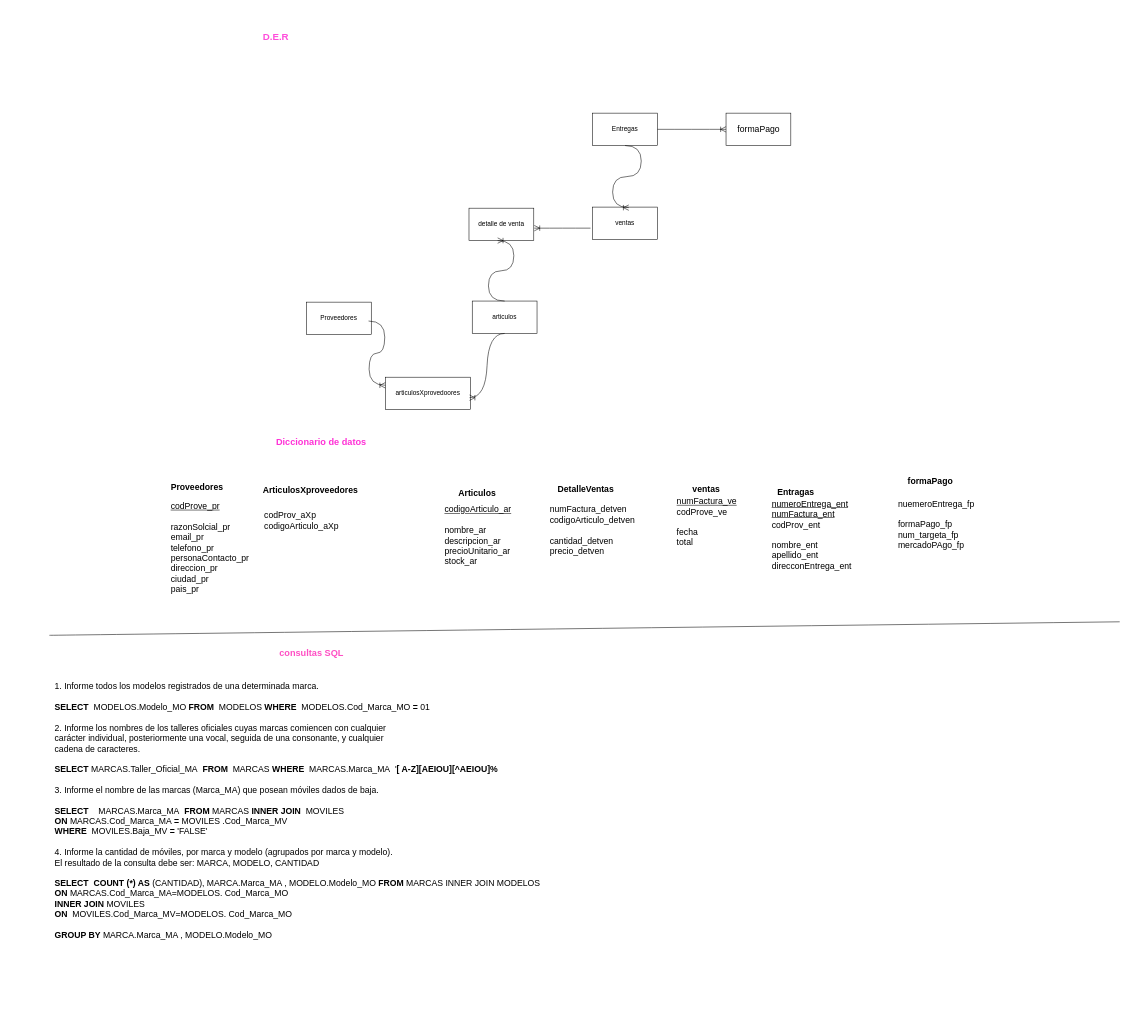
Earlier version of the draw.io diagram page "Página-3" (3 of 3) of Diagrama sin título.drawio (Judith-Diaz/draw.io). Source tidied: cells renumbered, new cells numbered last; positions are measured from the earlier drawing's top-left corner, leaving out a move shared by most shapes. Both pictures are drawn from the tidied source at 54%, with x=0, y=0 at pixel (49, 9).
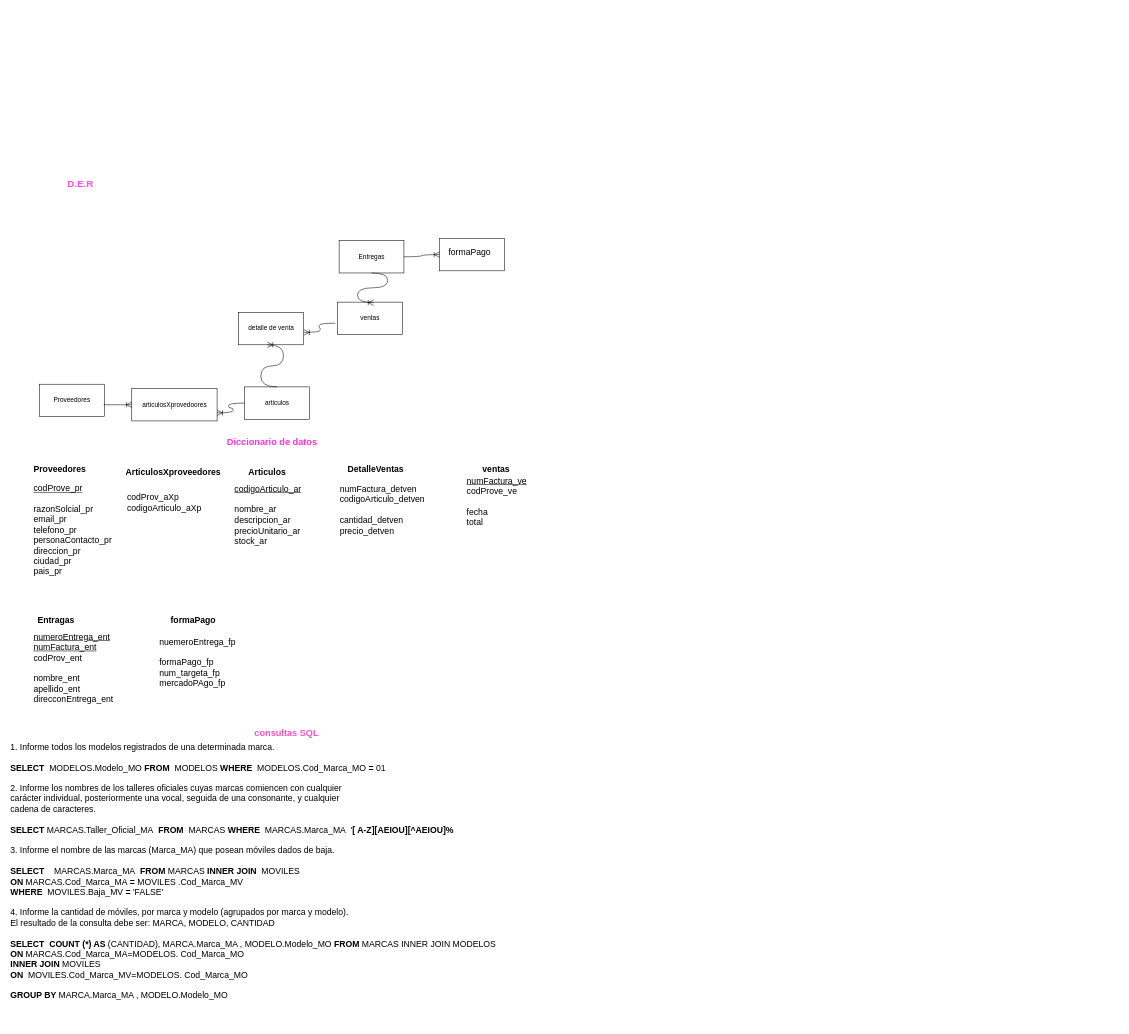
The same page after the edit.

The edit, as a diff of the source:
```diff
@@
     <mxCell id="2" value="Proveedores" style="rounded=0;whiteSpace=wrap;html=1;" parent="1" vertex="1">
-      <mxGeometry x="476" y="542" width="120" height="60" as="geometry" />
+      <mxGeometry x="-18" y="694" width="120" height="60" as="geometry" />
     </mxCell>
     <mxCell id="3" value="articulos" style="rounded=0;whiteSpace=wrap;html=1;" parent="1" vertex="1">
-      <mxGeometry x="783" y="540" width="120" height="60" as="geometry" />
+      <mxGeometry x="361.5" y="699" width="120" height="60" as="geometry" />
     </mxCell>
     <mxCell id="4" value="ventas" style="rounded=0;whiteSpace=wrap;html=1;" parent="1" vertex="1">
-      <mxGeometry x="1006" y="366" width="120" height="60" as="geometry" />
+      <mxGeometry x="533.5" y="542" width="120" height="60" as="geometry" />
     </mxCell>
     <mxCell id="5" value="Entregas" style="rounded=0;whiteSpace=wrap;html=1;" parent="1" vertex="1">
-      <mxGeometry x="1006" y="192" width="120" height="60" as="geometry" />
+      <mxGeometry x="536.5" y="428" width="120" height="60" as="geometry" />
     </mxCell>
     <mxCell id="6" value="detalle de venta" style="rounded=0;whiteSpace=wrap;html=1;" parent="1" vertex="1">
-      <mxGeometry x="777" y="368" width="120" height="60" as="geometry" />
+      <mxGeometry x="350.5" y="561" width="120" height="60" as="geometry" />
     </mxCell>
     <mxCell id="7" value="articulosXprovedoores" style="rounded=0;whiteSpace=wrap;html=1;" parent="1" vertex="1">
-      <mxGeometry x="622" y="681" width="158" height="60" as="geometry" />
+      <mxGeometry x="152.5" y="702" width="158" height="60" as="geometry" />
     </mxCell>
@@
     <mxCell id="9" style="edgeStyle=entityRelationEdgeStyle;fontSize=12;html=1;endArrow=ERoneToMany;rounded=0;startSize=8;endSize=8;curved=1;exitX=0.5;exitY=0;exitDx=0;exitDy=0;entryX=0.442;entryY=1;entryDx=0;entryDy=0;entryPerimeter=0;" parent="1" edge="1" source="3" target="6">
       <mxGeometry relative="1" as="geometry">
         <Array as="points">
-          <mxPoint x="820" y="478" />
-          <mxPoint x="822" y="510" />
-          <mxPoint x="839" y="499" />
-          <mxPoint x="831" y="501" />
-          <mxPoint x="860" y="510" />
-          <mxPoint x="818" y="520" />
-          <mxPoint x="829" y="480" />
+          <mxPoint x="350.5" y="499" />
+          <mxPoint x="352.5" y="531" />
+          <mxPoint x="369.5" y="520" />
+          <mxPoint x="361.5" y="522" />
+          <mxPoint x="390.5" y="531" />
+          <mxPoint x="348.5" y="541" />
+          <mxPoint x="359.5" y="501" />
         </Array>
       </mxGeometry>
     </mxCell>
     <mxCell id="10" value="&lt;h1&gt;&lt;font style=&quot;font-size: 18px;&quot; color=&quot;#ff4ddb&quot;&gt;D.E.R&lt;/font&gt;&lt;/h1&gt;" style="text;html=1;align=center;verticalAlign=middle;strokeColor=none;fillColor=none;fontSize=16;" parent="1" vertex="1">
-      <mxGeometry x="385.5" y="-0.5" width="66" height="93" as="geometry" />
+      <mxGeometry x="24.2" y="272" width="66" height="93" as="geometry" />
     </mxCell>
     <mxCell id="11" value="&lt;h1&gt;&lt;font style=&quot;font-size: 17px;&quot; color=&quot;#ff30d6&quot;&gt;Diccionario de datos&lt;/font&gt;&lt;/h1&gt;" style="text;html=1;align=center;verticalAlign=middle;strokeColor=none;fillColor=none;fontSize=16;" parent="1" vertex="1">
-      <mxGeometry x="410" y="749" width="185" height="93" as="geometry" />
+      <mxGeometry x="319.2" y="749" width="185" height="93" as="geometry" />
     </mxCell>
     <mxCell id="12" value="&lt;b&gt;Proveedores&lt;/b&gt;" style="text;html=1;align=center;verticalAlign=middle;strokeColor=none;fillColor=none;fontSize=16;" parent="1" vertex="1">
-      <mxGeometry x="215" y="868" width="115" height="31" as="geometry" />
+      <mxGeometry x="-39" y="835" width="115" height="31" as="geometry" />
     </mxCell>
     <mxCell id="13" value="&lt;div&gt;&lt;br&gt;&lt;/div&gt;&lt;u&gt;codProve_pr&lt;/u&gt;&lt;div&gt;&lt;u&gt;&lt;br&gt;&lt;/u&gt;&lt;div&gt;razonSolcial_pr&lt;div&gt;email_pr&lt;/div&gt;&lt;div&gt;telefono_pr&lt;/div&gt;&lt;div&gt;personaContacto_pr&lt;/div&gt;&lt;div&gt;direccion_pr&lt;/div&gt;&lt;div&gt;&lt;span style=&quot;background-color: initial;&quot;&gt;ciudad_pr&lt;/span&gt;&lt;br&gt;&lt;/div&gt;&lt;div&gt;&lt;span style=&quot;background-color: initial;&quot;&gt;pais_pr&lt;/span&gt;&lt;/div&gt;&lt;/div&gt;&lt;/div&gt;" style="text;html=1;align=left;verticalAlign=middle;strokeColor=none;fillColor=none;fontSize=16;" parent="1" vertex="1">
-      <mxGeometry x="222.5" y="885" width="163" height="204" as="geometry" />
+      <mxGeometry x="-31.5" y="852" width="163" height="204" as="geometry" />
     </mxCell>
     <mxCell id="14" value="&lt;b&gt;Articulos&lt;/b&gt;" style="text;html=1;align=center;verticalAlign=middle;strokeColor=none;fillColor=none;fontSize=16;" parent="1" vertex="1">
-      <mxGeometry x="748.5" y="879.5" width="87" height="31" as="geometry" />
+      <mxGeometry x="359.5" y="841.5" width="87" height="31" as="geometry" />
     </mxCell>
     <mxCell id="15" value="&lt;div&gt;&lt;u&gt;codigoArticulo_ar&lt;/u&gt;&lt;br&gt;&lt;/div&gt;&lt;div&gt;&lt;u&gt;&lt;br&gt;&lt;/u&gt;&lt;/div&gt;nombre_ar&lt;div&gt;descripcion_ar&lt;/div&gt;&lt;div&gt;precioUnitario_ar&lt;/div&gt;&lt;div&gt;stock_ar&lt;/div&gt;" style="text;html=1;align=left;verticalAlign=middle;strokeColor=none;fillColor=none;fontSize=16;" parent="1" vertex="1">
-      <mxGeometry x="730" y="910.5" width="142" height="127" as="geometry" />
+      <mxGeometry x="341" y="872.5" width="142" height="127" as="geometry" />
     </mxCell>
     <mxCell id="16" value="&lt;b&gt;ventas&lt;/b&gt;" style="text;html=1;align=center;verticalAlign=middle;strokeColor=none;fillColor=none;fontSize=16;" parent="1" vertex="1">
-      <mxGeometry x="1181.5" y="873" width="69" height="31" as="geometry" />
+      <mxGeometry x="792.5" y="835" width="69" height="31" as="geometry" />
     </mxCell>
-    <mxCell id="17" style="edgeStyle=entityRelationEdgeStyle;fontSize=12;html=1;endArrow=ERoneToMany;rounded=0;startSize=8;endSize=8;curved=1;entryX=0;entryY=0.25;entryDx=0;entryDy=0;" parent="1" edge="1" target="7">
+    <mxCell id="17" style="edgeStyle=entityRelationEdgeStyle;fontSize=12;html=1;endArrow=ERoneToMany;rounded=0;startSize=8;endSize=8;curved=1;entryX=0;entryY=0.5;entryDx=0;entryDy=0;exitX=0.988;exitY=0.633;exitDx=0;exitDy=0;exitPerimeter=0;" parent="1" edge="1" source="2" target="7">
       <mxGeometry relative="1" as="geometry">
-        <mxPoint x="591" y="577" as="sourcePoint" />
         <Array as="points">
-          <mxPoint x="653" y="526" />
+          <mxPoint x="160.5" y="676" />
         </Array>
       </mxGeometry>
     </mxCell>
-    <mxCell id="18" style="edgeStyle=entityRelationEdgeStyle;fontSize=12;html=1;endArrow=ERoneToMany;rounded=0;startSize=8;endSize=8;curved=1;exitX=0.5;exitY=1;exitDx=0;exitDy=0;entryX=0.987;entryY=0.633;entryDx=0;entryDy=0;entryPerimeter=0;" parent="1" edge="1" source="3" target="7">
+    <mxCell id="18" style="edgeStyle=entityRelationEdgeStyle;fontSize=12;html=1;endArrow=ERoneToMany;rounded=0;startSize=8;endSize=8;curved=1;entryX=1;entryY=0.75;entryDx=0;entryDy=0;exitX=0;exitY=0.5;exitDx=0;exitDy=0;" parent="1" edge="1" source="3" target="7">
       <mxGeometry relative="1" as="geometry" />
     </mxCell>
     <mxCell id="19" value="&lt;u&gt;numFactura_ve&lt;/u&gt;&lt;div&gt;codProve_ve&lt;/div&gt;&lt;div&gt;&lt;br&gt;&lt;/div&gt;&lt;div&gt;fecha&lt;/div&gt;&lt;div&gt;total&lt;/div&gt;" style="text;html=1;align=left;verticalAlign=middle;strokeColor=none;fillColor=none;fontSize=16;" parent="1" vertex="1">
-      <mxGeometry x="1160" y="894.5" width="129" height="108" as="geometry" />
+      <mxGeometry x="771" y="856.5" width="129" height="108" as="geometry" />
     </mxCell>
     <mxCell id="20" value="&lt;b&gt;Entragas&lt;/b&gt;" style="text;html=1;align=center;verticalAlign=middle;strokeColor=none;fillColor=none;fontSize=16;" parent="1" vertex="1">
-      <mxGeometry x="1338.5" y="877" width="86" height="31" as="geometry" />
+      <mxGeometry x="-31.5" y="1115" width="86" height="31" as="geometry" />
     </mxCell>
     <mxCell id="21" value="&lt;div&gt;&lt;u&gt;numeroEntrega_ent&lt;/u&gt;&lt;br&gt;&lt;/div&gt;&lt;div&gt;&lt;u&gt;numFactura_ent&lt;/u&gt;&lt;/div&gt;&lt;div&gt;codProv_ent&lt;/div&gt;&lt;div&gt;&lt;br&gt;&lt;/div&gt;nombre_ent&lt;div&gt;apellido_ent&lt;/div&gt;&lt;div&gt;&lt;span style=&quot;background-color: initial;&quot;&gt;direcconEntrega_ent&lt;/span&gt;&lt;br&gt;&lt;/div&gt;&lt;div&gt;&lt;br&gt;&lt;/div&gt;&lt;div&gt;&lt;br&gt;&lt;/div&gt;" style="text;html=1;align=left;verticalAlign=middle;strokeColor=none;fillColor=none;fontSize=16;" parent="1" vertex="1">
-      <mxGeometry x="1336" y="899" width="166" height="185" as="geometry" />
+      <mxGeometry x="-31.5" y="1146" width="166" height="185" as="geometry" />
     </mxCell>
     <mxCell id="22" style="rounded=0;whiteSpace=wrap;html=1;" parent="1" vertex="1">
-      <mxGeometry x="1253" y="192" width="120" height="60" as="geometry" />
+      <mxGeometry x="722.5" y="424" width="120" height="60" as="geometry" />
     </mxCell>
     <mxCell id="23" value="formaPago" style="text;html=1;align=center;verticalAlign=middle;strokeColor=none;fillColor=none;fontSize=16;" parent="1" vertex="1">
-      <mxGeometry x="1265" y="206.5" width="96" height="31" as="geometry" />
+      <mxGeometry x="729.5" y="434" width="96" height="31" as="geometry" />
     </mxCell>
     <mxCell id="24" value="&lt;b&gt;formaPago&lt;/b&gt;" style="text;html=1;align=center;verticalAlign=middle;strokeColor=none;fillColor=none;fontSize=16;" parent="1" vertex="1">
-      <mxGeometry x="1579.5" y="857" width="102" height="31" as="geometry" />
+      <mxGeometry x="215" y="1115" width="102" height="31" as="geometry" />
     </mxCell>
     <mxCell id="25" value="&lt;div style=&quot;text-align: left;&quot;&gt;&lt;div&gt;&lt;span style=&quot;background-color: initial;&quot;&gt;nuemeroEntrega_fp&lt;/span&gt;&lt;/div&gt;&lt;div&gt;&lt;span style=&quot;background-color: initial;&quot;&gt;&lt;br&gt;&lt;/span&gt;&lt;/div&gt;&lt;div&gt;&lt;span style=&quot;background-color: initial;&quot;&gt;formaPago_fp&lt;/span&gt;&lt;br&gt;&lt;/div&gt;&lt;/div&gt;&lt;div style=&quot;text-align: left;&quot;&gt;&lt;span style=&quot;background-color: initial;&quot;&gt;num_targeta_fp&lt;/span&gt;&lt;br&gt;&lt;/div&gt;&lt;div&gt;&lt;div style=&quot;text-align: left;&quot;&gt;&lt;span style=&quot;background-color: initial;&quot;&gt;mercadoPAgo_fp&lt;/span&gt;&lt;/div&gt;&lt;div&gt;&lt;br&gt;&lt;/div&gt;&lt;/div&gt;" style="text;html=1;align=center;verticalAlign=middle;strokeColor=none;fillColor=none;fontSize=16;" parent="1" vertex="1">
-      <mxGeometry x="1562" y="899" width="159" height="127" as="geometry" />
+      <mxGeometry x="194" y="1155" width="159" height="127" as="geometry" />
     </mxCell>
     <mxCell id="26" value="&lt;b&gt;DetalleVentas&lt;/b&gt;" style="text;html=1;align=center;verticalAlign=middle;strokeColor=none;fillColor=none;fontSize=16;" parent="1" vertex="1">
-      <mxGeometry x="931.5" y="873" width="122" height="31" as="geometry" />
+      <mxGeometry x="542.5" y="835" width="122" height="31" as="geometry" />
     </mxCell>
     <mxCell id="27" value="numFactura_detven&lt;div&gt;codigoArticulo_detven&lt;/div&gt;&lt;div&gt;&lt;br&gt;&lt;/div&gt;&lt;div&gt;cantidad_detven&lt;/div&gt;&lt;div&gt;precio_detven&lt;/div&gt;&lt;div&gt;&lt;br&gt;&lt;/div&gt;" style="text;html=1;align=left;verticalAlign=middle;strokeColor=none;fillColor=none;fontSize=16;" parent="1" vertex="1">
-      <mxGeometry x="925" y="910.5" width="175" height="127" as="geometry" />
+      <mxGeometry x="536" y="872.5" width="175" height="127" as="geometry" />
     </mxCell>
@@
-    <mxCell id="30" style="endArrow=none;html=1;rounded=0;fontSize=12;startSize=8;endSize=8;curved=1;" parent="1" edge="1">
-      <mxGeometry relative="1" as="geometry">
-        <mxPoint y="1159" as="sourcePoint" />
-        <mxPoint x="1982" y="1134" as="targetPoint" />
-      </mxGeometry>
-    </mxCell>
     <mxCell id="31" value="&lt;h1&gt;&lt;font style=&quot;font-size: 17px;&quot; color=&quot;#ff4fc4&quot;&gt;consultas SQL&lt;/font&gt;&lt;/h1&gt;" style="text;html=1;align=center;verticalAlign=middle;strokeColor=none;fillColor=none;fontSize=16;" parent="1" vertex="1">
-      <mxGeometry x="416.5" y="1139.5" width="137" height="93" as="geometry" />
+      <mxGeometry x="370.5" y="1288" width="137" height="93" as="geometry" />
     </mxCell>
     <mxCell id="32" value="&lt;b&gt;ArticulosXproveedores&lt;/b&gt;" style="text;html=1;align=center;verticalAlign=middle;strokeColor=none;fillColor=none;fontSize=16;" parent="1" vertex="1">
-      <mxGeometry x="385.5" y="874.5" width="194" height="31" as="geometry" />
+      <mxGeometry x="131.5" y="841.5" width="194" height="31" as="geometry" />
     </mxCell>
     <mxCell id="33" value="codProv_aXp&lt;div&gt;codigoArticulo_aXp&lt;/div&gt;" style="text;html=1;align=left;verticalAlign=middle;strokeColor=none;fillColor=none;fontSize=16;" parent="1" vertex="1">
-      <mxGeometry x="396" y="921" width="156" height="50" as="geometry" />
+      <mxGeometry x="142" y="888" width="156" height="50" as="geometry" />
     </mxCell>
     <mxCell id="34" value="1. Informe todos los modelos registrados de una determinada marca.&lt;div&gt;&lt;br&gt;&lt;div&gt;&lt;b&gt;SELECT&lt;/b&gt;&amp;nbsp; MODELOS.Modelo_MO &lt;b&gt;FROM&lt;/b&gt;&amp;nbsp; MODELOS &lt;b&gt;WHERE&lt;/b&gt;&amp;nbsp; MODELOS.Cod_Marca_MO &lt;b&gt;=&lt;/b&gt; 01&lt;/div&gt;&lt;/div&gt;&lt;div&gt;&lt;br&gt;&lt;/div&gt;&lt;div&gt;&lt;div&gt;2. Informe los nombres de los talleres oficiales cuyas marcas comiencen con cualquier&amp;nbsp;&lt;/div&gt;&lt;div&gt;carácter individual, posteriormente una vocal, seguida de una consonante, y cualquier&amp;nbsp;&lt;/div&gt;&lt;div&gt;cadena de caracteres.&lt;/div&gt;&lt;/div&gt;&lt;div&gt;&lt;br&gt;&lt;/div&gt;&lt;div&gt;&lt;div&gt;&lt;b&gt;SELECT&lt;/b&gt;&amp;nbsp;MARCAS.Taller_Oficial_MA&amp;nbsp;&amp;nbsp;&lt;b&gt;FROM&lt;/b&gt;&amp;nbsp; MARCAS&amp;nbsp;&lt;b&gt;WHERE&lt;/b&gt;&amp;nbsp; MARCAS.&lt;span style=&quot;background-color: initial;&quot;&gt;Marca_MA&amp;nbsp; '&lt;b&gt;[ A-Z][AEIOU][^AEIOU]%&lt;/b&gt;&lt;/span&gt;&lt;/div&gt;&lt;div&gt;&lt;span style=&quot;background-color: initial;&quot;&gt;&lt;b&gt;&lt;br&gt;&lt;/b&gt;&lt;/span&gt;&lt;/div&gt;&lt;div&gt;&lt;span style=&quot;background-color: initial;&quot;&gt;&lt;div style=&quot;&quot;&gt;3. Informe el nombre de las marcas (Marca_MA) que posean móviles dados de baja.&lt;/div&gt;&lt;div style=&quot;&quot;&gt;&lt;br&gt;&lt;/div&gt;&lt;div style=&quot;&quot;&gt;&lt;span style=&quot;font-weight: bold;&quot;&gt;SELECT&amp;nbsp; &amp;nbsp;&amp;nbsp;&lt;/span&gt;&lt;span style=&quot;background-color: initial;&quot;&gt;MARCAS.&lt;/span&gt;&lt;span style=&quot;background-color: initial;&quot;&gt;Marca_MA&amp;nbsp;&amp;nbsp;&lt;/span&gt;&lt;b style=&quot;background-color: initial;&quot;&gt;FROM &lt;/b&gt;&lt;span style=&quot;background-color: initial;&quot;&gt;MARCAS &lt;b&gt;INNER JOIN&amp;nbsp;&amp;nbsp;&lt;/b&gt;MOVILES&amp;nbsp;&lt;/span&gt;&lt;/div&gt;&lt;div style=&quot;&quot;&gt;&lt;span style=&quot;background-color: initial;&quot;&gt;&lt;b&gt;ON&amp;nbsp;&lt;/b&gt;&lt;/span&gt;&lt;span style=&quot;background-color: initial;&quot;&gt;MARCAS.&lt;/span&gt;&lt;span style=&quot;background-color: initial;&quot;&gt;Cod_Marca_MA&amp;nbsp;&lt;b&gt;=&amp;nbsp;&lt;/b&gt;&lt;/span&gt;&lt;span style=&quot;background-color: initial;&quot;&gt;MOVILES&lt;/span&gt;&lt;span style=&quot;background-color: initial;&quot;&gt;&amp;nbsp;.&lt;/span&gt;&lt;span style=&quot;background-color: initial;&quot;&gt;Cod_Marca_MV&lt;/span&gt;&lt;/div&gt;&lt;div style=&quot;&quot;&gt;&lt;b&gt;WHERE&amp;nbsp; &lt;/b&gt;MOVILES.&lt;span style=&quot;background-color: initial;&quot;&gt;Baja_MV &lt;b&gt;=&lt;/b&gt; 'FALSE'&lt;/span&gt;&lt;/div&gt;&lt;/span&gt;&lt;/div&gt;&lt;div&gt;&lt;span style=&quot;background-color: initial;&quot;&gt;&lt;b&gt;&lt;br&gt;&lt;/b&gt;&lt;/span&gt;&lt;/div&gt;&lt;div&gt;&lt;div&gt;4. Informe la cantidad de móviles, por marca y modelo (agrupados por marca y modelo).&lt;/div&gt;&lt;div&gt;El resultado de la consulta debe ser: MARCA, MODELO, CANTIDAD&lt;/div&gt;&lt;/div&gt;&lt;/div&gt;&lt;div&gt;&lt;br&gt;&lt;/div&gt;&lt;div&gt;&lt;b&gt;SELECT &lt;/b&gt;&lt;span style=&quot;background-color: initial;&quot;&gt;&lt;b&gt;&amp;nbsp;COUNT (*) AS&lt;/b&gt;&amp;nbsp;(CANTIDAD), MARCA.&lt;/span&gt;&lt;span style=&quot;background-color: initial;&quot;&gt;Marca_MA , MODELO.Modelo_MO &lt;b&gt;FROM &lt;/b&gt;MARCAS INNER JOIN MODELOS&lt;/span&gt;&lt;/div&gt;&lt;div&gt;&lt;span style=&quot;background-color: initial;&quot;&gt;&lt;b&gt;ON &lt;/b&gt;MARCAS.&lt;/span&gt;&lt;span style=&quot;background-color: initial;&quot;&gt;Cod_Marca_MA=&lt;/span&gt;&lt;span style=&quot;background-color: initial;&quot;&gt;MODELOS.&lt;/span&gt;&lt;span style=&quot;background-color: initial;&quot;&gt;&amp;nbsp;Cod_Marca_MO&lt;/span&gt;&lt;/div&gt;&lt;div&gt;&lt;span style=&quot;background-color: initial;&quot;&gt;&lt;b&gt;INNER JOIN&lt;/b&gt;&amp;nbsp;&lt;/span&gt;&lt;span style=&quot;background-color: initial;&quot;&gt;MOVILES&lt;/span&gt;&lt;/div&gt;&lt;div&gt;&lt;span style=&quot;background-color: initial;&quot;&gt;&lt;b&gt;ON&amp;nbsp;&amp;nbsp;&lt;/b&gt;&lt;/span&gt;&lt;span style=&quot;background-color: initial;&quot;&gt;MOVILES.&lt;/span&gt;&lt;span style=&quot;background-color: initial;&quot;&gt;Cod_Marca_MV=&lt;/span&gt;&lt;span style=&quot;background-color: initial;&quot;&gt;MODELOS.&lt;/span&gt;&lt;span style=&quot;background-color: initial;&quot;&gt;&amp;nbsp;Cod_Marca_MO&lt;/span&gt;&lt;/div&gt;&lt;div&gt;&lt;br&gt;&lt;/div&gt;&lt;div&gt;&lt;b&gt;GROUP BY&lt;/b&gt;&amp;nbsp;&lt;span style=&quot;background-color: initial;&quot;&gt;MARCA.&lt;/span&gt;&lt;span style=&quot;background-color: initial;&quot;&gt;Marca_MA , MODELO.Modelo_MO&lt;/span&gt;&lt;span style=&quot;background-color: initial;&quot;&gt;&lt;br&gt;&lt;/span&gt;&lt;/div&gt;&lt;div&gt;&lt;span style=&quot;background-color: initial;&quot;&gt;&lt;br&gt;&lt;/span&gt;&lt;/div&gt;&lt;div&gt;&lt;br&gt;&lt;/div&gt;" style="text;html=1;align=left;verticalAlign=middle;strokeColor=none;fillColor=none;fontSize=16;" parent="1" vertex="1">
-      <mxGeometry x="8" y="1238" width="917" height="530" as="geometry" />
+      <mxGeometry x="-74.5" y="1350" width="917" height="530" as="geometry" />
     </mxCell>
```
